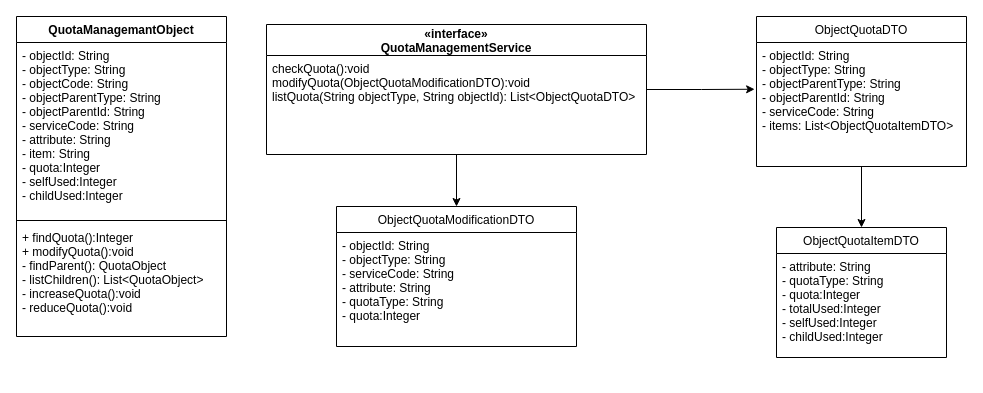
Earlier version of the draw.io diagram Untitled Diagram.drawio (Darren0829/draw.io). Source tidied: cells renumbered, new cells numbered last; positions are measured from the earlier drawing's top-left corner, leaving out a move shared by most shapes. Both pictures are drawn from the tidied source at 100%, with x=0, y=0 at pixel (16, 16).
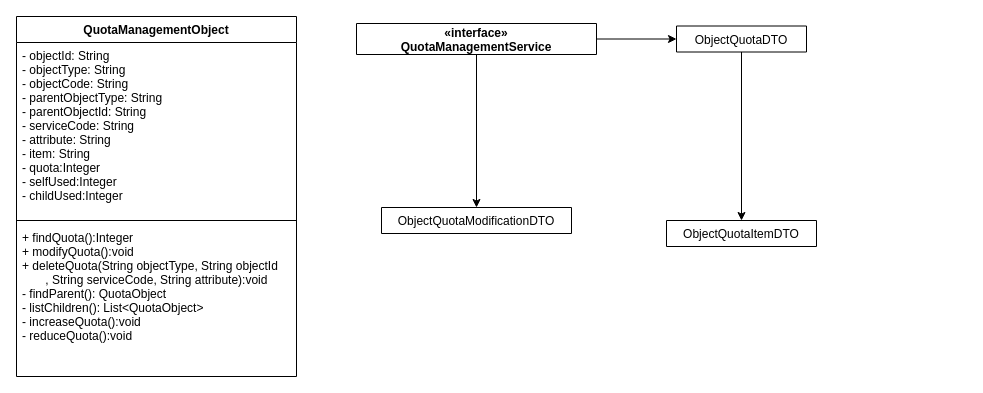
The same page after the edit.

Diff of the diagram source:
```diff
@@
 <mxGraphModel>
   <root>
     <mxCell id="0" />
     <mxCell id="1" parent="0" />
-    <mxCell id="2" value="QuotaManagemantObject" style="swimlane;fontStyle=1;align=center;verticalAlign=top;horizontal=1;startSize=26;" parent="1" vertex="1">
-      <mxGeometry width="210" height="320" as="geometry" />
+    <mxCell id="2" value="QuotaManagementObject" style="swimlane;fontStyle=1;align=center;verticalAlign=top;horizontal=1;startSize=26;" parent="1" vertex="1">
+      <mxGeometry width="280" height="360" as="geometry" />
     </mxCell>
-    <mxCell id="3" value="- objectId: String&#10;- objectType: String&#10;- objectCode: String&#10;- objectParentType: String&#10;- objectParentId: String&#10;- serviceCode: String&#10;- attribute: String&#10;- item: String&#10;- quota:Integer&#10;- selfUsed:Integer&#10;- childUsed:Integer" style="text;strokeColor=none;fillColor=none;align=left;verticalAlign=top;spacingLeft=4;spacingRight=4;overflow=hidden;" parent="2" vertex="1">
-      <mxGeometry y="26" width="210" height="174" as="geometry" />
+    <mxCell id="3" value="- objectId: String&#10;- objectType: String&#10;- objectCode: String&#10;- parentObjectType: String&#10;- parentObjectId: String&#10;- serviceCode: String&#10;- attribute: String&#10;- item: String&#10;- quota:Integer&#10;- selfUsed:Integer&#10;- childUsed:Integer" style="text;strokeColor=none;fillColor=none;align=left;verticalAlign=top;spacingLeft=4;spacingRight=4;overflow=hidden;" parent="2" vertex="1">
+      <mxGeometry y="26" width="280" height="174" as="geometry" />
     </mxCell>
     <mxCell id="4" style="line;strokeWidth=1;fillColor=none;align=left;verticalAlign=middle;spacingTop=-1;spacingLeft=3;spacingRight=3;labelPosition=right;" parent="2" vertex="1">
-      <mxGeometry y="200" width="210" height="8" as="geometry" />
+      <mxGeometry y="200" width="280" height="8" as="geometry" />
     </mxCell>
-    <mxCell id="5" value="+ findQuota():Integer&#10;+ modifyQuota():void&#10;- findParent(): QuotaObject&#10;- listChildren(): List&lt;QuotaObject&gt;&#10;- increaseQuota():void&#10;- reduceQuota():void" style="text;strokeColor=none;fillColor=none;align=left;verticalAlign=top;spacingLeft=4;spacingRight=4;overflow=hidden;" parent="2" vertex="1">
-      <mxGeometry y="208" width="210" height="112" as="geometry" />
+    <mxCell id="5" value="+ findQuota():Integer&#10;+ modifyQuota():void&#10;+ deleteQuota(String objectType, String objectId&#10;       , String serviceCode, String attribute):void&#10;- findParent(): QuotaObject&#10;- listChildren(): List&lt;QuotaObject&gt;&#10;- increaseQuota():void&#10;- reduceQuota():void" style="text;strokeColor=none;fillColor=none;align=left;verticalAlign=top;spacingLeft=4;spacingRight=4;overflow=hidden;" parent="2" vertex="1">
+      <mxGeometry y="208" width="280" height="152" as="geometry" />
     </mxCell>
-    <mxCell id="6" style="edgeStyle=orthogonalEdgeStyle;rounded=0;jettySize=auto;html=1;entryX=-0.009;entryY=0.377;entryDx=0;entryDy=0;entryPerimeter=0;" parent="1" edge="1" source="8" target="12">
-      <mxGeometry relative="1" as="geometry" />
-    </mxCell>
     <mxCell id="7" style="edgeStyle=orthogonalEdgeStyle;rounded=0;jettySize=auto;html=1;entryX=0.5;entryY=0;entryDx=0;entryDy=0;" parent="1" edge="1" source="8" target="15">
       <mxGeometry relative="1" as="geometry" />
     </mxCell>
+    <mxCell id="17" style="edgeStyle=orthogonalEdgeStyle;rounded=0;jettySize=auto;html=1;entryX=0;entryY=0.5;entryDx=0;entryDy=0;" parent="1" edge="1" source="8" target="11">
+      <mxGeometry relative="1" as="geometry" />
+    </mxCell>
-    <mxCell id="8" value="«interface»&#10;QuotaManagementService" style="swimlane;fontStyle=1;horizontal=1;startSize=31;fillColor=none;" parent="1" vertex="1">
-      <mxGeometry x="250" y="8" width="380" height="130" as="geometry" />
+    <mxCell id="8" value="«interface»&#10;QuotaManagementService" style="swimlane;fontStyle=1;horizontal=1;startSize=31;fillColor=none;" parent="1" vertex="1" collapsed="1">
+      <mxGeometry x="340" y="7" width="240" height="31" as="geometry" />
     </mxCell>
-    <mxCell id="9" value="checkQuota():void&#10;modifyQuota(ObjectQuotaModificationDTO):void&#10;listQuota(String objectType, String objectId): List&lt;ObjectQuotaDTO&gt;" style="text;strokeColor=none;fillColor=none;align=left;verticalAlign=top;spacingLeft=4;spacingRight=4;overflow=hidden;" parent="8" vertex="1">
-      <mxGeometry y="31" width="380" height="99" as="geometry" />
-    </mxCell>
     <mxCell id="10" style="edgeStyle=orthogonalEdgeStyle;rounded=0;jettySize=auto;html=1;entryX=0.5;entryY=0;entryDx=0;entryDy=0;" parent="1" edge="1" source="11" target="13">
       <mxGeometry relative="1" as="geometry" />
     </mxCell>
-    <mxCell id="11" value="ObjectQuotaDTO" style="swimlane;fontStyle=0;horizontal=1;startSize=26;fillColor=none;" parent="1" vertex="1">
-      <mxGeometry x="740" width="210" height="150" as="geometry" />
+    <mxCell id="11" value="ObjectQuotaDTO" style="swimlane;fontStyle=0;horizontal=1;startSize=26;fillColor=none;" parent="1" vertex="1" collapsed="1">
+      <mxGeometry x="660" y="9.5" width="130" height="26" as="geometry" />
     </mxCell>
-    <mxCell id="12" value="- objectId: String&#10;- objectType: String&#10;- objectParentType: String&#10;- objectParentId: String&#10;- serviceCode: String&#10;- items: List&lt;ObjectQuotaItemDTO&gt;" style="text;strokeColor=none;fillColor=none;align=left;verticalAlign=top;spacingLeft=4;spacingRight=4;overflow=hidden;points=[[0,0.5],[1,0.5]];portConstraint=eastwest;" parent="11" vertex="1">
-      <mxGeometry y="26" width="210" height="124" as="geometry" />
-    </mxCell>
-    <mxCell id="13" value="ObjectQuotaItemDTO" style="swimlane;fontStyle=0;horizontal=1;startSize=26;fillColor=none;" parent="1" vertex="1">
-      <mxGeometry x="760" y="211" width="170" height="130" as="geometry" />
+    <mxCell id="13" value="ObjectQuotaItemDTO" style="swimlane;fontStyle=0;horizontal=1;startSize=26;fillColor=none;" parent="1" vertex="1" collapsed="1">
+      <mxGeometry x="650" y="204" width="150" height="26" as="geometry" />
     </mxCell>
-    <mxCell id="14" value="- attribute: String&#10;- quotaType: String&#10;- quota:Integer&#10;- totalUsed:Integer&#10;- selfUsed:Integer&#10;- childUsed:Integer" style="text;strokeColor=none;fillColor=none;align=left;verticalAlign=top;spacingLeft=4;spacingRight=4;overflow=hidden;" parent="13" vertex="1">
-      <mxGeometry y="26" width="170" height="104" as="geometry" />
-    </mxCell>
-    <mxCell id="15" value="ObjectQuotaModificationDTO" style="swimlane;fontStyle=0;horizontal=1;startSize=26;fillColor=none;" parent="1" vertex="1">
-      <mxGeometry x="320" y="190" width="240" height="140" as="geometry" />
+    <mxCell id="15" value="ObjectQuotaModificationDTO" style="swimlane;fontStyle=0;horizontal=1;startSize=26;fillColor=none;" parent="1" vertex="1" collapsed="1">
+      <mxGeometry x="365" y="191" width="190" height="26" as="geometry" />
     </mxCell>
-    <mxCell id="16" value="- objectId: String&#10;- objectType: String&#10;- serviceCode: String&#10;- attribute: String&#10;- quotaType: String&#10;- quota:Integer" style="text;strokeColor=none;fillColor=none;align=left;verticalAlign=top;spacingLeft=4;spacingRight=4;overflow=hidden;" parent="15" vertex="1">
-      <mxGeometry y="26" width="240" height="114" as="geometry" />
-    </mxCell>
   </root>
 </mxGraphModel>
```
